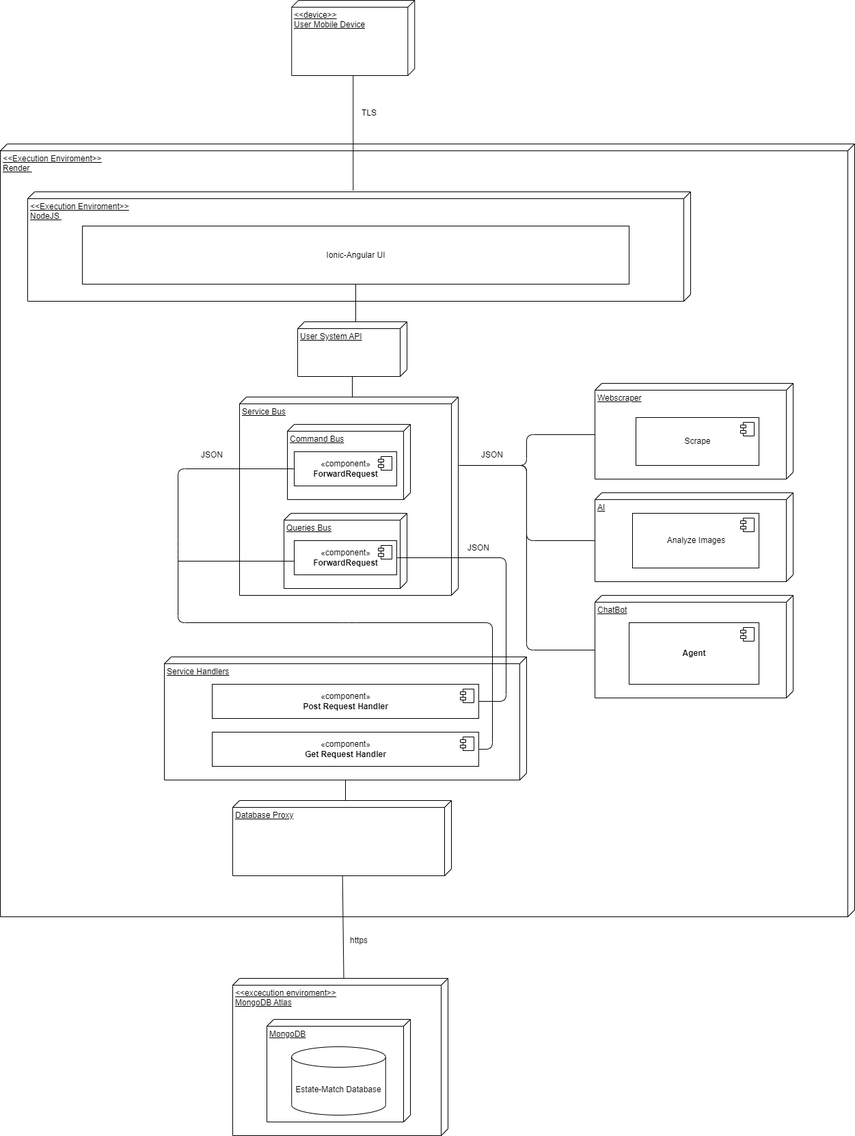
Earlier version of the draw.io export diagrams/app-flow/exports/deployment.png (COS301-SE-2023/EstateMatch). Source tidied: cells renumbered, new cells last; positions are measured from the earlier drawing's top-left corner, leaving out a move shared by most shapes.
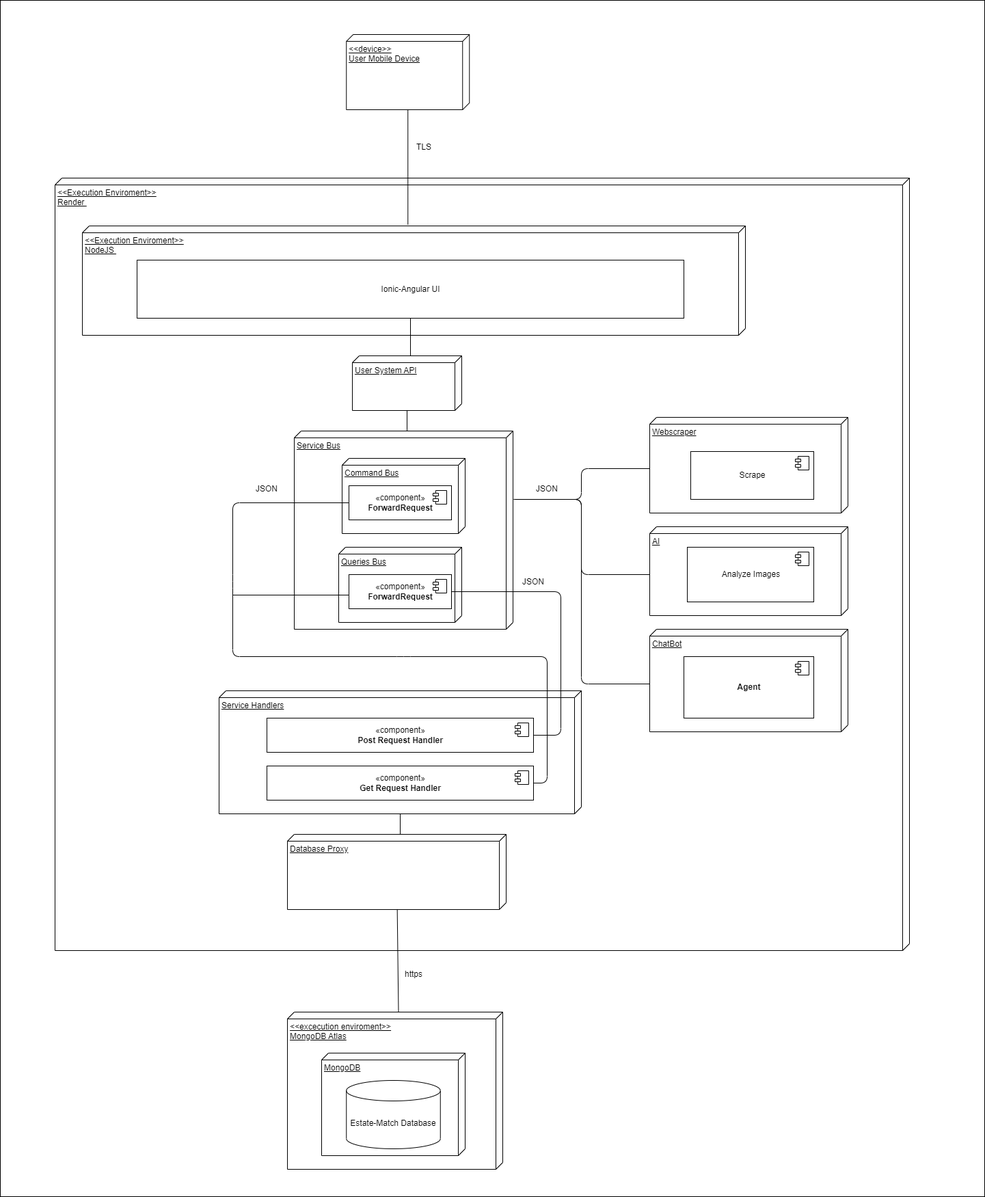
The same diagram one commit later.

Commit message:
Deployment diagram

Change to the diagram source:
```diff
@@ -2,6 +2,9 @@
   <root>
     <mxCell id="0" />
     <mxCell id="1" parent="0" />
+    <mxCell id="48" style="html=1;" parent="1" vertex="1">
+      <mxGeometry x="-80" y="-50" width="1440" height="1750" as="geometry" />
+    </mxCell>
     <mxCell id="2" value="&amp;lt;&amp;lt;Execution Enviroment&amp;gt;&amp;gt;&lt;br&gt;Render&amp;nbsp;" style="verticalAlign=top;align=left;spacingTop=8;spacingLeft=2;spacingRight=12;shape=cube;size=10;direction=south;fontStyle=4;html=1;" parent="1" vertex="1">
       <mxGeometry y="210" width="1250" height="1130" as="geometry" />
     </mxCell>
```
